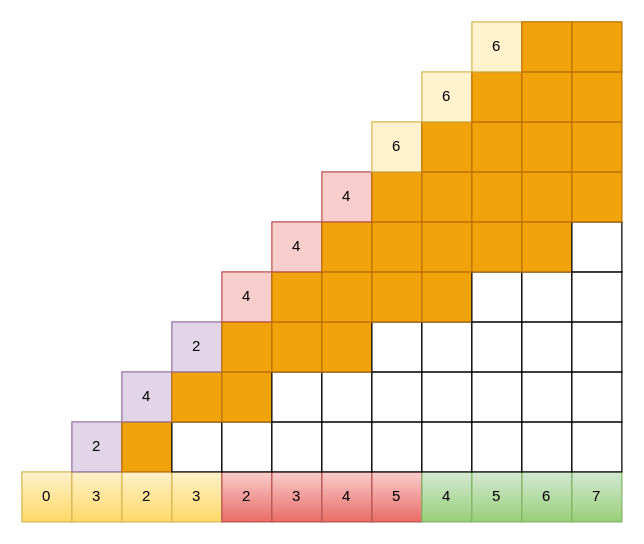
Above: static/images/1197-knight/knights.drawio in frankieliu/hugo (draw.io), before the change. Source tidied: cells renumbered, new cells numbered last; positions are measured from the earlier drawing's top-left corner, leaving out a move shared by most shapes. Both pictures are drawn from the tidied source at 125%, with x=0, y=0 at pixel (21, 21).
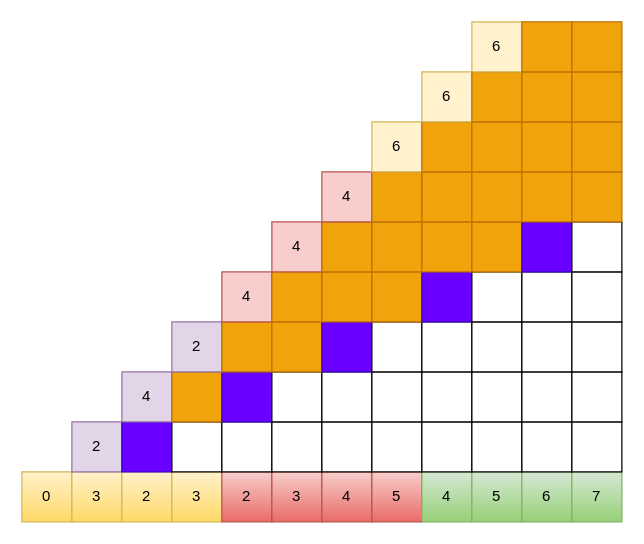
After the change.

What changed in the source:
```diff
@@
-    <mxCell id="15" style="rounded=0;whiteSpace=wrap;html=1;fillColor=#f0a30a;strokeColor=#BD7000;fontColor=#ffffff;" parent="1" vertex="1">
+    <mxCell id="15" style="rounded=0;whiteSpace=wrap;html=1;fillColor=#6a00ff;strokeColor=#3700CC;fontColor=#ffffff;" parent="1" vertex="1">
       <mxGeometry x="80" y="320" width="40" height="40" as="geometry" />
     </mxCell>
@@
-    <mxCell id="27" style="rounded=0;whiteSpace=wrap;html=1;fillColor=#f0a30a;strokeColor=#BD7000;fontColor=#ffffff;" parent="1" vertex="1">
+    <mxCell id="27" style="rounded=0;whiteSpace=wrap;html=1;fillColor=#6a00ff;strokeColor=#3700CC;fontColor=#ffffff;" parent="1" vertex="1">
       <mxGeometry x="160" y="280" width="40" height="40" as="geometry" />
     </mxCell>
@@
-    <mxCell id="38" style="rounded=0;whiteSpace=wrap;html=1;fillColor=#f0a30a;strokeColor=#BD7000;fontColor=#ffffff;" parent="1" vertex="1">
+    <mxCell id="38" style="rounded=0;whiteSpace=wrap;html=1;fillColor=#6a00ff;strokeColor=#3700CC;fontColor=#ffffff;" parent="1" vertex="1">
       <mxGeometry x="240" y="240" width="40" height="40" as="geometry" />
     </mxCell>
@@
-    <mxCell id="48" style="rounded=0;whiteSpace=wrap;html=1;fillColor=#f0a30a;strokeColor=#BD7000;fontColor=#ffffff;" parent="1" vertex="1">
+    <mxCell id="48" style="rounded=0;whiteSpace=wrap;html=1;fillColor=#6a00ff;strokeColor=#3700CC;fontColor=#ffffff;" parent="1" vertex="1">
       <mxGeometry x="320" y="200" width="40" height="40" as="geometry" />
     </mxCell>
@@
-    <mxCell id="57" style="rounded=0;whiteSpace=wrap;html=1;fillColor=#f0a30a;strokeColor=#BD7000;fontColor=#ffffff;" parent="1" vertex="1">
+    <mxCell id="57" style="rounded=0;whiteSpace=wrap;html=1;fillColor=#6a00ff;strokeColor=#3700CC;fontColor=#ffffff;" parent="1" vertex="1">
       <mxGeometry x="400" y="160" width="40" height="40" as="geometry" />
     </mxCell>
```
